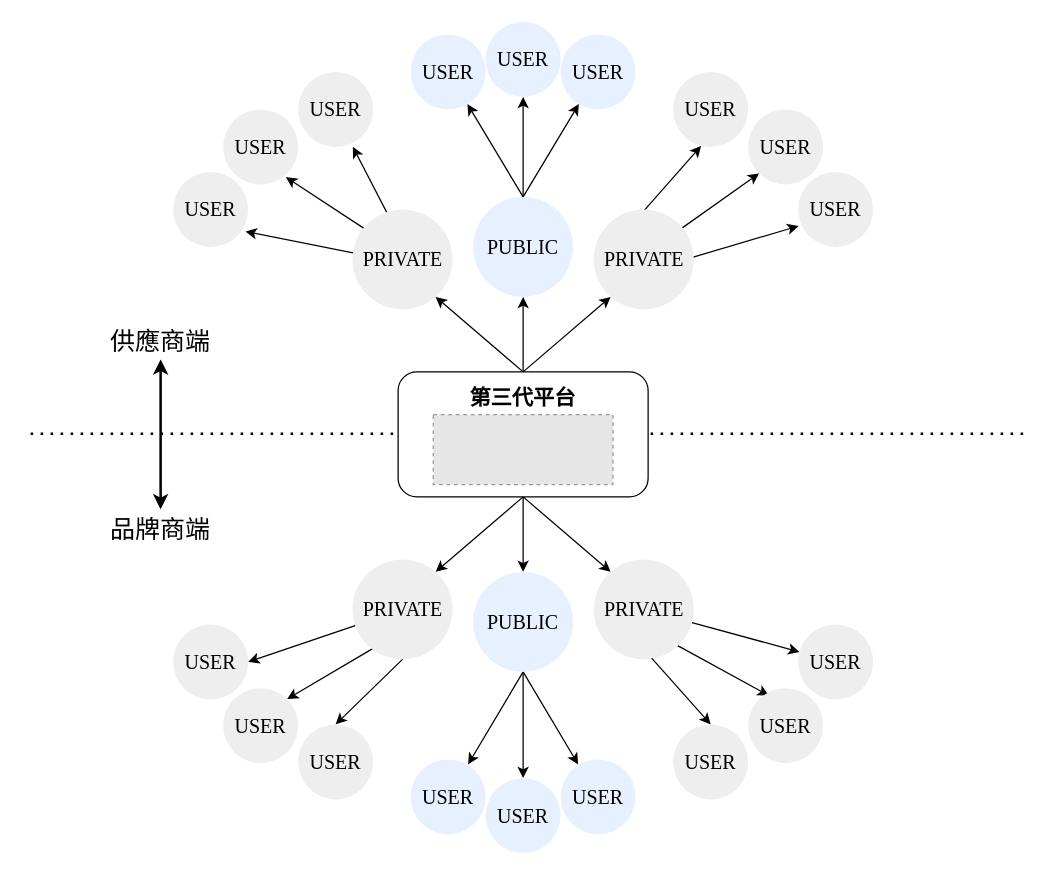
Earlier version of the draw.io diagram 論文ver1/圖片/frontier平台階段三.drawio (carina419/NTUST). Source tidied: cells renumbered, new cells numbered last; positions are measured from the earlier drawing's top-left corner, leaving out a move shared by most shapes. Both pictures are drawn from the tidied source at 125%, with x=0, y=0 at pixel (22, 21). Pictures stored in the file or linked from it are replaced by grey dashed boxes.
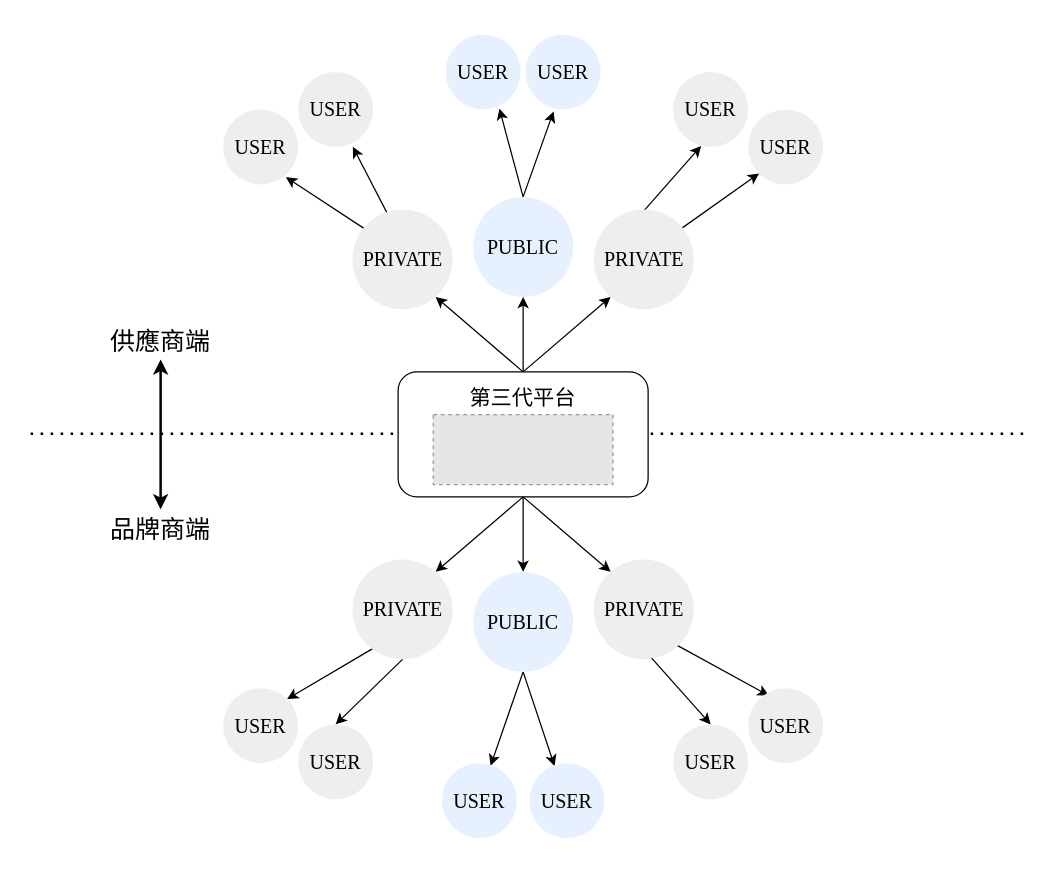
After the change.

Unchanged cells that the change refers to:
```xml
<mxCell id="27" style="group;" parent="26" vertex="1">
  <mxGeometry width="200" height="100" as="geometry" />
</mxCell>
<mxCell id="39" value="&lt;font&gt;&lt;span style=&quot;font-size: 16px;&quot;&gt;PRIVATE&lt;/span&gt;&lt;/font&gt;" style="ellipse;whiteSpace=wrap;html=1;fillColor=#eeeeee;strokeColor=none;direction=west;fontFamily=Garamond;" parent="1" vertex="1">
  <mxGeometry x="263.5" y="430" width="80" height="80" as="geometry" />
</mxCell>
<mxCell id="40" value="&lt;font&gt;&lt;span style=&quot;font-size: 16px;&quot;&gt;PRIVATE&lt;/span&gt;&lt;/font&gt;" style="ellipse;whiteSpace=wrap;html=1;fillColor=#eeeeee;strokeColor=none;direction=west;fontFamily=Garamond;" parent="1" vertex="1">
  <mxGeometry x="456.5" y="430" width="80" height="80" as="geometry" />
</mxCell>
```

What changed in the source:
```diff
@@
-    <mxCell id="4" style="endArrow=classic;html=1;rounded=0;entryX=0;entryY=0.5;entryDx=0;entryDy=0;fontFamily=Garamond;" parent="1" edge="1" target="45">
-      <mxGeometry relative="1" as="geometry">
-        <mxPoint x="400" y="514" as="sourcePoint" />
-      </mxGeometry>
-    </mxCell>
-    <mxCell id="5" style="endArrow=classic;html=1;rounded=0;fontFamily=Garamond;" parent="1" edge="1">
+    <mxCell id="5" style="endArrow=classic;html=1;rounded=0;fontFamily=Garamond;entryX=0.034;entryY=0.35;entryDx=0;entryDy=0;entryPerimeter=0;" parent="1" edge="1" target="47">
       <mxGeometry relative="1" as="geometry">
         <mxPoint x="400" y="520" as="sourcePoint" />
-        <mxPoint x="356" y="594" as="targetPoint" />
       </mxGeometry>
     </mxCell>
-    <mxCell id="6" style="endArrow=classic;html=1;rounded=0;fontFamily=Garamond;" parent="1" edge="1">
+    <mxCell id="6" style="endArrow=classic;html=1;rounded=0;fontFamily=Garamond;entryX=0.039;entryY=0.664;entryDx=0;entryDy=0;entryPerimeter=0;" parent="1" edge="1" target="46">
       <mxGeometry relative="1" as="geometry">
         <mxPoint x="400" y="520" as="sourcePoint" />
-        <mxPoint x="444" y="594" as="targetPoint" />
       </mxGeometry>
     </mxCell>
@@
-    <mxCell id="8" style="endArrow=classic;html=1;rounded=0;entryX=0.005;entryY=0.722;entryDx=0;entryDy=0;entryPerimeter=0;fontFamily=Garamond;" parent="1" edge="1" target="25">
-      <mxGeometry relative="1" as="geometry">
-        <mxPoint x="530" y="190" as="sourcePoint" />
-      </mxGeometry>
-    </mxCell>
@@
-    <mxCell id="11" style="endArrow=classic;html=1;rounded=0;entryX=0.965;entryY=0.795;entryDx=0;entryDy=0;entryPerimeter=0;fontFamily=Garamond;" parent="1" edge="1" target="20">
-      <mxGeometry relative="1" as="geometry">
-        <mxPoint x="290" y="190" as="sourcePoint" />
-      </mxGeometry>
-    </mxCell>
@@
-    <mxCell id="18" value="&lt;div&gt;&lt;font&gt;&lt;span style=&quot;font-size: 16px;&quot;&gt;USER&lt;/span&gt;&lt;/font&gt;&lt;/div&gt;" style="ellipse;whiteSpace=wrap;html=1;fontFamily=Garamond;align=center;verticalAlign=middle;fontSize=12;fontColor=default;fillColor=#E7F0FF;strokeColor=none;" parent="1" vertex="1">
-      <mxGeometry x="370" width="60" height="60" as="geometry" />
-    </mxCell>
     <mxCell id="19" value="&lt;div&gt;&lt;font&gt;&lt;span style=&quot;font-size: 16px;&quot;&gt;USER&lt;/span&gt;&lt;/font&gt;&lt;/div&gt;" style="ellipse;whiteSpace=wrap;html=1;fontFamily=Garamond;align=center;verticalAlign=middle;fontSize=12;fontColor=default;fillColor=#E7F0FF;strokeColor=none;" parent="1" vertex="1">
-      <mxGeometry x="430" y="10" width="60" height="60" as="geometry" />
+      <mxGeometry x="402" y="10" width="60" height="60" as="geometry" />
     </mxCell>
-    <mxCell id="20" value="&lt;div&gt;&lt;font&gt;&lt;span style=&quot;font-size: 16px;&quot;&gt;USER&lt;/span&gt;&lt;/font&gt;&lt;/div&gt;" style="ellipse;whiteSpace=wrap;html=1;fillColor=#eeeeee;strokeColor=none;fontFamily=Garamond;" parent="1" vertex="1">
-      <mxGeometry x="120" y="120" width="60" height="60" as="geometry" />
-    </mxCell>
@@
     <mxCell id="22" value="&lt;div&gt;&lt;font&gt;&lt;span style=&quot;font-size: 16px;&quot;&gt;USER&lt;/span&gt;&lt;/font&gt;&lt;/div&gt;" style="ellipse;whiteSpace=wrap;html=1;align=center;verticalAlign=middle;fontFamily=Garamond;fontSize=12;fontColor=default;fillColor=#E7F0FF;strokeColor=none;" parent="1" vertex="1">
-      <mxGeometry x="310" y="10" width="60" height="60" as="geometry" />
+      <mxGeometry x="338" y="10" width="60" height="60" as="geometry" />
     </mxCell>
@@
-    <mxCell id="25" value="&lt;div&gt;&lt;font&gt;&lt;span style=&quot;font-size: 16px;&quot;&gt;USER&lt;/span&gt;&lt;/font&gt;&lt;/div&gt;" style="ellipse;whiteSpace=wrap;html=1;fillColor=#eeeeee;strokeColor=none;fontFamily=Garamond;" parent="1" vertex="1">
-      <mxGeometry x="620" y="120" width="60" height="60" as="geometry" />
-    </mxCell>
@@
-    <mxCell id="28" value="&lt;font face=&quot;標楷體&quot; style=&quot;font-size: 17px;&quot;&gt;&lt;b style=&quot;&quot;&gt;第三代平台&lt;/b&gt;&lt;/font&gt;&lt;div&gt;&lt;font face=&quot;標楷體&quot;&gt;&lt;b&gt;&lt;br&gt;&lt;/b&gt;&lt;/font&gt;&lt;/div&gt;&lt;div&gt;&lt;font face=&quot;標楷體&quot;&gt;&lt;b&gt;&lt;br&gt;&lt;/b&gt;&lt;/font&gt;&lt;/div&gt;&lt;div&gt;&lt;font face=&quot;標楷體&quot;&gt;&lt;b&gt;&lt;br&gt;&lt;/b&gt;&lt;/font&gt;&lt;/div&gt;&lt;div&gt;&lt;font&gt;&lt;b&gt;&lt;br&gt;&lt;/b&gt;&lt;/font&gt;&lt;/div&gt;" style="rounded=1;whiteSpace=wrap;html=1;fontFamily=Garamond;" parent="27" vertex="1">
+    <mxCell id="28" value="&lt;font face=&quot;標楷體&quot; style=&quot;font-size: 17px;&quot;&gt;第三代平台&lt;/font&gt;&lt;div&gt;&lt;font face=&quot;標楷體&quot;&gt;&lt;br&gt;&lt;/font&gt;&lt;/div&gt;&lt;div&gt;&lt;font face=&quot;標楷體&quot;&gt;&lt;br&gt;&lt;/font&gt;&lt;/div&gt;&lt;div&gt;&lt;font face=&quot;標楷體&quot;&gt;&lt;br&gt;&lt;/font&gt;&lt;/div&gt;&lt;div&gt;&lt;font&gt;&lt;b&gt;&lt;br&gt;&lt;/b&gt;&lt;/font&gt;&lt;/div&gt;" style="rounded=1;whiteSpace=wrap;html=1;fontFamily=Garamond;" parent="27" vertex="1">
       <mxGeometry width="200" height="100" as="geometry" />
     </mxCell>
@@
-    <mxCell id="31" style="endArrow=classic;html=1;rounded=0;entryX=0.5;entryY=1;entryDx=0;entryDy=0;fontFamily=Garamond;" parent="1" edge="1" target="18">
-      <mxGeometry relative="1" as="geometry">
-        <mxPoint x="400" y="140" as="sourcePoint" />
-      </mxGeometry>
-    </mxCell>
-    <mxCell id="32" style="endArrow=classic;html=1;rounded=0;fontFamily=Garamond;" parent="1" edge="1" target="22">
+    <mxCell id="32" style="endArrow=classic;html=1;rounded=0;fontFamily=Garamond;entryX=0.717;entryY=0.99;entryDx=0;entryDy=0;entryPerimeter=0;" parent="1" edge="1" target="22">
       <mxGeometry relative="1" as="geometry">
         <mxPoint x="400" y="140" as="sourcePoint" />
       </mxGeometry>
     </mxCell>
-    <mxCell id="33" style="endArrow=classic;html=1;rounded=0;fontFamily=Garamond;" parent="1" edge="1" target="19">
+    <mxCell id="33" style="endArrow=classic;html=1;rounded=0;fontFamily=Garamond;entryX=0.373;entryY=1.027;entryDx=0;entryDy=0;entryPerimeter=0;" parent="1" edge="1" target="19">
       <mxGeometry relative="1" as="geometry">
         <mxPoint x="400" y="140" as="sourcePoint" />
       </mxGeometry>
     </mxCell>
@@
-    <mxCell id="45" value="&lt;div&gt;&lt;font&gt;&lt;span style=&quot;font-size: 16px;&quot;&gt;USER&lt;/span&gt;&lt;/font&gt;&lt;/div&gt;" style="ellipse;whiteSpace=wrap;html=1;direction=south;align=center;verticalAlign=middle;fontFamily=Garamond;fontSize=12;fontColor=default;fillColor=#E7F0FF;strokeColor=none;" parent="1" vertex="1">
-      <mxGeometry x="370" y="605" width="60" height="60" as="geometry" />
-    </mxCell>
     <mxCell id="46" value="&lt;div&gt;&lt;font&gt;&lt;span style=&quot;font-size: 16px;&quot;&gt;USER&lt;/span&gt;&lt;/font&gt;&lt;/div&gt;" style="ellipse;whiteSpace=wrap;html=1;direction=south;align=center;verticalAlign=middle;fontFamily=Garamond;fontSize=12;fontColor=default;fillColor=#E7F0FF;strokeColor=none;" parent="1" vertex="1">
-      <mxGeometry x="430" y="590" width="60" height="60" as="geometry" />
+      <mxGeometry x="405" y="593" width="60" height="60" as="geometry" />
     </mxCell>
     <mxCell id="47" value="&lt;div&gt;&lt;font&gt;&lt;span style=&quot;font-size: 16px;&quot;&gt;USER&lt;/span&gt;&lt;/font&gt;&lt;/div&gt;" style="ellipse;whiteSpace=wrap;html=1;direction=south;align=center;verticalAlign=middle;fontFamily=Garamond;fontSize=12;fontColor=default;fillColor=#E7F0FF;strokeColor=none;" parent="1" vertex="1">
-      <mxGeometry x="310" y="590" width="60" height="60" as="geometry" />
+      <mxGeometry x="335" y="593" width="60" height="60" as="geometry" />
     </mxCell>
@@
-    <mxCell id="50" value="&lt;div&gt;&lt;font&gt;&lt;span style=&quot;font-size: 16px;&quot;&gt;USER&lt;/span&gt;&lt;/font&gt;&lt;/div&gt;" style="ellipse;whiteSpace=wrap;html=1;fillColor=#eeeeee;strokeColor=none;fontFamily=Garamond;" parent="1" vertex="1">
-      <mxGeometry x="120" y="482" width="60" height="60" as="geometry" />
-    </mxCell>
-    <mxCell id="51" value="&lt;div&gt;&lt;font&gt;&lt;span style=&quot;font-size: 16px;&quot;&gt;USER&lt;/span&gt;&lt;/font&gt;&lt;/div&gt;" style="ellipse;whiteSpace=wrap;html=1;fillColor=#eeeeee;strokeColor=none;fontFamily=Garamond;" parent="1" vertex="1">
-      <mxGeometry x="620" y="482" width="60" height="60" as="geometry" />
-    </mxCell>
@@
-    <mxCell id="54" style="endArrow=classic;html=1;rounded=0;entryX=1;entryY=0.5;entryDx=0;entryDy=0;fontFamily=Garamond;" parent="1" edge="1" source="39" target="50">
-      <mxGeometry relative="1" as="geometry" />
-    </mxCell>
@@
-    <mxCell id="56" style="endArrow=classic;html=1;rounded=0;fontFamily=Garamond;" parent="1" edge="1" source="40" target="51">
-      <mxGeometry relative="1" as="geometry" />
-    </mxCell>
```
